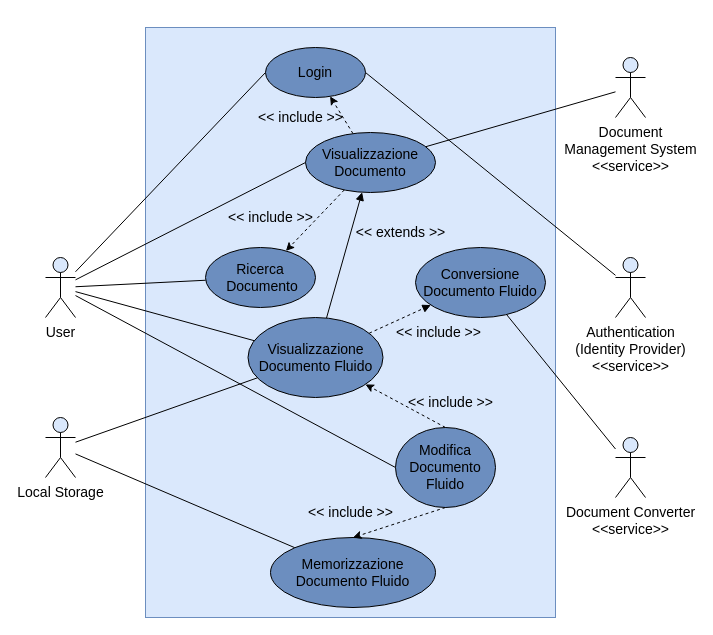
paganellif/tesi-paganelli keeps this draw.io diagram as page "1-Use-case" (1 of 19) of tesi.drawio. Above is the earlier version. Source tidied: cells renumbered, new cells numbered last; positions are measured from the earlier drawing's top-left corner, leaving out a move shared by most shapes. Both pictures are drawn from the tidied source at 100%, with x=0, y=0 at pixel (45, 27).
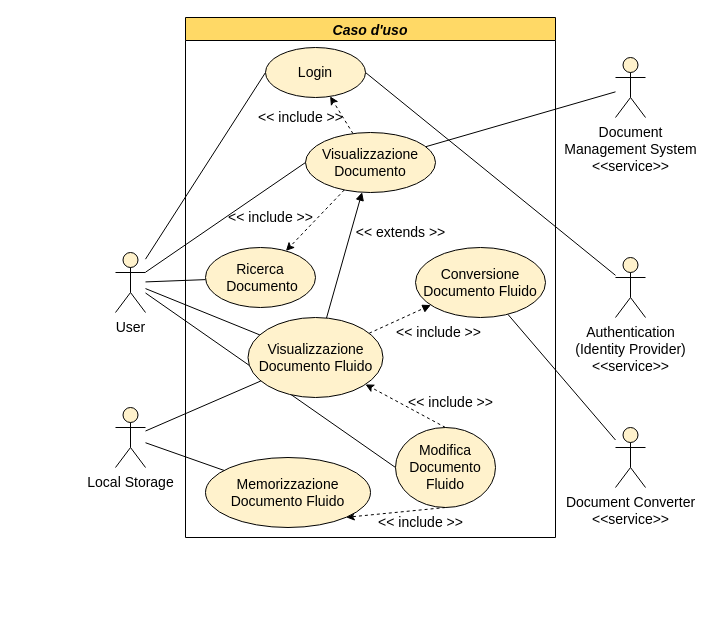
The same diagram, later.

The edit, as a diff of the source:
```diff
@@
-    <mxCell id="2" style="rounded=0;whiteSpace=wrap;html=1;fillColor=#dae8fc;strokeColor=#6c8ebf;fontSize=14;" parent="1" vertex="1">
-      <mxGeometry x="100" width="410" height="590" as="geometry" />
-    </mxCell>
@@
-    <mxCell id="6" value="User" style="shape=umlActor;verticalLabelPosition=bottom;verticalAlign=top;html=1;outlineConnect=0;fillColor=#dae8fc;fontSize=14;strokeColor=#000000;" parent="1" vertex="1">
-      <mxGeometry y="230" width="30" height="60" as="geometry" />
+    <mxCell id="6" value="User" style="shape=umlActor;verticalLabelPosition=bottom;verticalAlign=top;html=1;outlineConnect=0;fillColor=#FFF2CC;fontSize=14;strokeColor=#000000;" parent="1" vertex="1">
+      <mxGeometry x="70" y="225" width="30" height="60" as="geometry" />
     </mxCell>
@@
-    <mxCell id="8" value="Login" style="ellipse;whiteSpace=wrap;html=1;fillColor=#6C8EBF;strokeColor=#000000;fontSize=14;" parent="1" vertex="1">
+    <mxCell id="8" value="Login" style="ellipse;whiteSpace=wrap;html=1;fillColor=#FFF2CC;strokeColor=#000000;fontSize=14;" parent="1" vertex="1">
       <mxGeometry x="220" y="20" width="100" height="50" as="geometry" />
     </mxCell>
-    <mxCell id="9" value="Authentication&lt;br style=&quot;font-size: 14px;&quot;&gt;(Identity Provider)&lt;br style=&quot;font-size: 14px;&quot;&gt;&amp;lt;&amp;lt;service&amp;gt;&amp;gt;" style="shape=umlActor;verticalLabelPosition=bottom;verticalAlign=top;html=1;outlineConnect=0;fillColor=#dae8fc;fontSize=14;strokeColor=#000000;" parent="1" vertex="1">
+    <mxCell id="9" value="Authentication&lt;br style=&quot;font-size: 14px;&quot;&gt;(Identity Provider)&lt;br style=&quot;font-size: 14px;&quot;&gt;&amp;lt;&amp;lt;service&amp;gt;&amp;gt;" style="shape=umlActor;verticalLabelPosition=bottom;verticalAlign=top;html=1;outlineConnect=0;fillColor=#FFF2CC;fontSize=14;strokeColor=#000000;" parent="1" vertex="1">
       <mxGeometry x="570" y="230" width="30" height="60" as="geometry" />
     </mxCell>
-    <mxCell id="10" value="Ricerca&lt;br style=&quot;font-size: 14px;&quot;&gt;&amp;nbsp;Documento" style="ellipse;whiteSpace=wrap;html=1;fillColor=#6C8EBF;strokeColor=#000000;fontSize=14;" parent="1" vertex="1">
+    <mxCell id="10" value="Ricerca&lt;br style=&quot;font-size: 14px;&quot;&gt;&amp;nbsp;Documento" style="ellipse;whiteSpace=wrap;html=1;fillColor=#FFF2CC;strokeColor=#000000;fontSize=14;" parent="1" vertex="1">
       <mxGeometry x="160" y="220" width="110" height="60" as="geometry" />
     </mxCell>
@@
-    <mxCell id="14" value="Visualizzazione Documento" style="ellipse;whiteSpace=wrap;html=1;fillColor=#6C8EBF;strokeColor=#000000;fontSize=14;" parent="1" vertex="1">
+    <mxCell id="14" value="Visualizzazione Documento" style="ellipse;whiteSpace=wrap;html=1;fillColor=#FFF2CC;strokeColor=#000000;fontSize=14;" parent="1" vertex="1">
       <mxGeometry x="260" y="105" width="130" height="60" as="geometry" />
     </mxCell>
@@
-    <mxCell id="16" value="Modifica Documento Fluido" style="ellipse;whiteSpace=wrap;html=1;fillColor=#6C8EBF;strokeColor=#000000;fontSize=14;" parent="1" vertex="1">
+    <mxCell id="16" value="Modifica Documento Fluido" style="ellipse;whiteSpace=wrap;html=1;fillColor=#FFF2CC;strokeColor=#000000;fontSize=14;" parent="1" vertex="1">
       <mxGeometry x="350" y="400" width="100" height="80" as="geometry" />
     </mxCell>
@@
-    <mxCell id="20" value="Memorizzazione Documento Fluido" style="ellipse;whiteSpace=wrap;html=1;fillColor=#6C8EBF;strokeColor=#000000;fontSize=14;" parent="1" vertex="1">
-      <mxGeometry x="225" y="510" width="165" height="70" as="geometry" />
-    </mxCell>
-    <mxCell id="21" value="&amp;lt;&amp;lt; include &amp;gt;&amp;gt;" style="text;html=1;align=center;verticalAlign=middle;strokeColor=none;fillColor=none;fontSize=14;" parent="1" vertex="1">
-      <mxGeometry x="250" y="470" width="110" height="30" as="geometry" />
-    </mxCell>
-    <mxCell id="22" style="edgeStyle=none;rounded=0;jettySize=auto;html=1;endArrow=classic;endFill=1;dashed=1;entryX=0.5;entryY=0;entryDx=0;entryDy=0;exitX=0.5;exitY=1;exitDx=0;exitDy=0;fillColor=#dae8fc;strokeColor=#000000;fontSize=14;" parent="1" edge="1" source="16" target="20">
+    <mxCell id="22" style="edgeStyle=none;rounded=0;jettySize=auto;html=1;endArrow=classic;endFill=1;dashed=1;entryX=1;entryY=1;entryDx=0;entryDy=0;exitX=0.5;exitY=1;exitDx=0;exitDy=0;fillColor=#dae8fc;strokeColor=#000000;fontSize=14;" parent="1" edge="1" source="16" target="20">
       <mxGeometry relative="1" as="geometry" />
     </mxCell>
@@
-    <mxCell id="26" value="Visualizzazione Documento Fluido" style="ellipse;whiteSpace=wrap;html=1;fillColor=#6C8EBF;strokeColor=#000000;fontSize=14;" parent="1" vertex="1">
+    <mxCell id="26" value="Visualizzazione Documento Fluido" style="ellipse;whiteSpace=wrap;html=1;fillColor=#FFF2CC;strokeColor=#000000;fontSize=14;" parent="1" vertex="1">
       <mxGeometry x="202.5" y="290" width="135" height="80" as="geometry" />
     </mxCell>
@@
-    <mxCell id="31" value="Conversione Documento Fluido" style="ellipse;whiteSpace=wrap;html=1;fillColor=#6C8EBF;strokeColor=#000000;fontSize=14;" parent="1" vertex="1">
+    <mxCell id="31" value="Conversione Documento Fluido" style="ellipse;whiteSpace=wrap;html=1;fillColor=#FFF2CC;strokeColor=#000000;fontSize=14;" parent="1" vertex="1">
       <mxGeometry x="370" y="220" width="130" height="70" as="geometry" />
     </mxCell>
@@
-    <mxCell id="33" value="Document Converter&lt;br style=&quot;font-size: 14px;&quot;&gt;&amp;lt;&amp;lt;service&amp;gt;&amp;gt;" style="shape=umlActor;verticalLabelPosition=bottom;verticalAlign=top;html=1;outlineConnect=0;fillColor=#dae8fc;fontSize=14;strokeColor=#000000;" parent="1" vertex="1">
-      <mxGeometry x="570" y="410" width="30" height="60" as="geometry" />
+    <mxCell id="33" value="Document Converter&lt;br style=&quot;font-size: 14px;&quot;&gt;&amp;lt;&amp;lt;service&amp;gt;&amp;gt;" style="shape=umlActor;verticalLabelPosition=bottom;verticalAlign=top;html=1;outlineConnect=0;fillColor=#FFF2CC;fontSize=14;strokeColor=#000000;" parent="1" vertex="1">
+      <mxGeometry x="570" y="400" width="30" height="60" as="geometry" />
     </mxCell>
-    <mxCell id="34" value="Document &lt;br style=&quot;font-size: 14px;&quot;&gt;Management System&lt;br style=&quot;font-size: 14px;&quot;&gt;&amp;lt;&amp;lt;service&amp;gt;&amp;gt;" style="shape=umlActor;verticalLabelPosition=bottom;verticalAlign=top;html=1;outlineConnect=0;fillColor=#dae8fc;fontSize=14;strokeColor=#000000;" parent="1" vertex="1">
+    <mxCell id="34" value="Document &lt;br style=&quot;font-size: 14px;&quot;&gt;Management System&lt;br style=&quot;font-size: 14px;&quot;&gt;&amp;lt;&amp;lt;service&amp;gt;&amp;gt;" style="shape=umlActor;verticalLabelPosition=bottom;verticalAlign=top;html=1;outlineConnect=0;fillColor=#FFF2CC;fontSize=14;strokeColor=#000000;" parent="1" vertex="1">
       <mxGeometry x="570" y="30" width="30" height="60" as="geometry" />
     </mxCell>
-    <mxCell id="35" value="Local Storage" style="shape=umlActor;verticalLabelPosition=bottom;verticalAlign=top;html=1;outlineConnect=0;fillColor=#dae8fc;fontSize=14;strokeColor=#000000;" parent="1" vertex="1">
-      <mxGeometry y="390" width="30" height="60" as="geometry" />
+    <mxCell id="35" value="Local Storage" style="shape=umlActor;verticalLabelPosition=bottom;verticalAlign=top;html=1;outlineConnect=0;fillColor=#FFF2CC;fontSize=14;strokeColor=#000000;" parent="1" vertex="1">
+      <mxGeometry x="70" y="380" width="30" height="60" as="geometry" />
     </mxCell>
@@
+    <mxCell id="37" value="Caso d'uso" style="swimlane;fillColor=#FFD966;fontSize=14;fontStyle=3;" parent="1" vertex="1">
+      <mxGeometry x="140" y="-10" width="370" height="520" as="geometry" />
+    </mxCell>
+    <mxCell id="20" value="Memorizzazione Documento Fluido" style="ellipse;whiteSpace=wrap;html=1;fillColor=#FFF2CC;strokeColor=#000000;fontSize=14;" parent="37" vertex="1">
+      <mxGeometry x="20" y="440" width="165" height="70" as="geometry" />
+    </mxCell>
+    <mxCell id="21" value="&amp;lt;&amp;lt; include &amp;gt;&amp;gt;" style="text;html=1;align=center;verticalAlign=middle;strokeColor=none;fillColor=none;fontSize=14;" parent="37" vertex="1">
+      <mxGeometry x="180" y="490" width="110" height="30" as="geometry" />
+    </mxCell>
```
